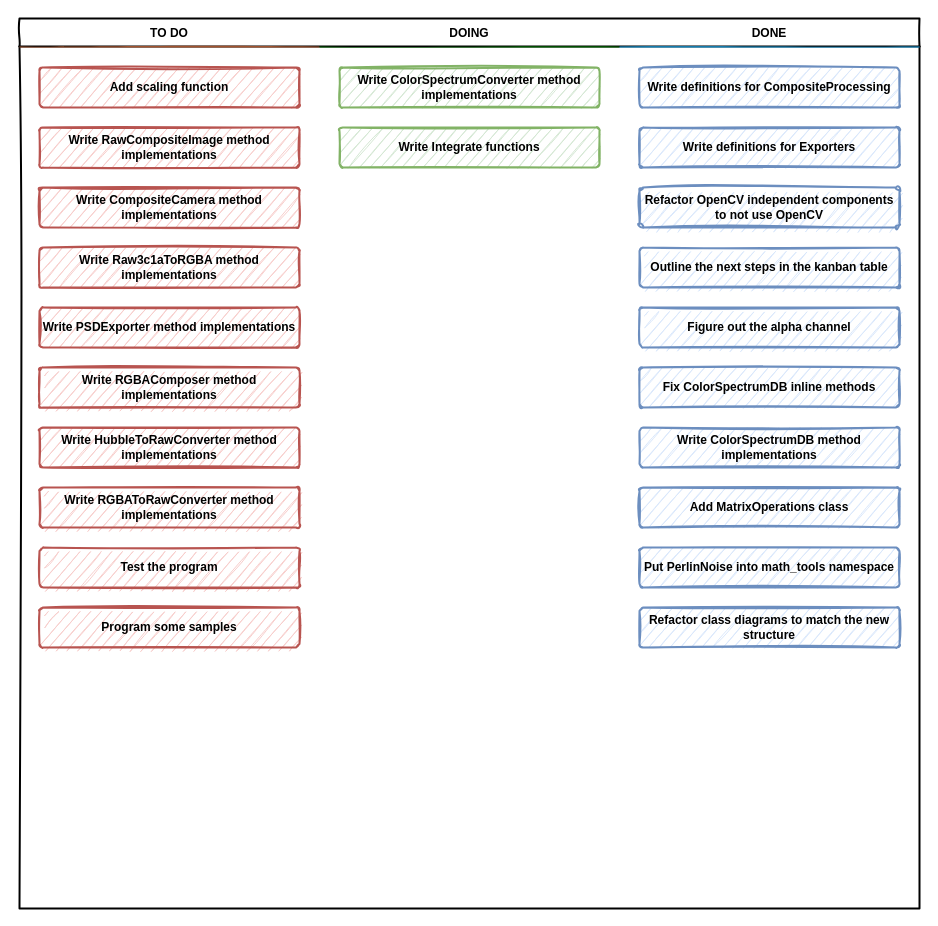
SpatiumOwl/ComplexSky-2.0 keeps this draw.io diagram as Docs/Kanban table.drawio. Above is the earlier version. Source tidied: cells renumbered, new cells numbered last; positions are measured from the earlier drawing's top-left corner, leaving out a move shared by most shapes. Both pictures are drawn from the tidied source at 100%, with x=0, y=0 at pixel (19, 18).
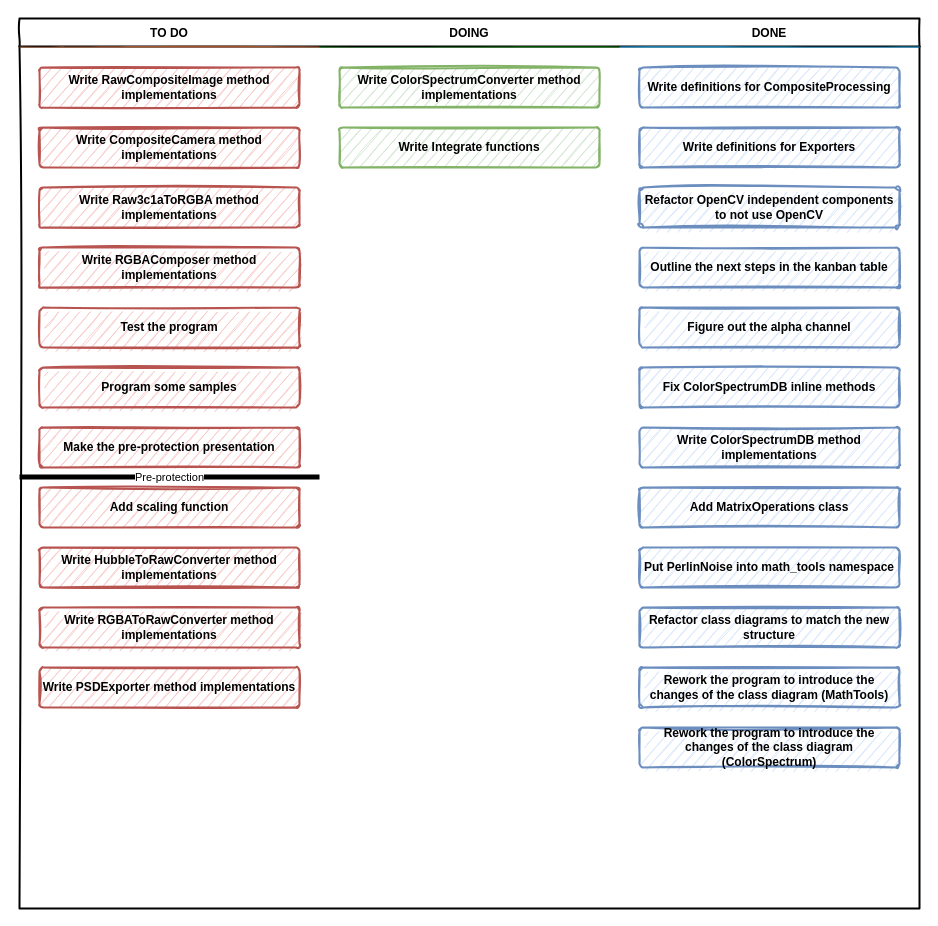
The same diagram, later.

Unchanged cells that the change refers to:
```xml
<mxCell id="3" value="TO DO" style="swimlane;strokeWidth=2;fontFamily=Permanent Marker;html=0;startSize=1;verticalAlign=bottom;spacingBottom=5;stackBorder=20;sketch=1;strokeColor=none;fillStyle=solid;fillColor=#A0522D;" parent="2" vertex="1">
  <mxGeometry y="28" width="300" height="862" as="geometry" />
</mxCell>
<mxCell id="17" value="DONE" style="swimlane;strokeWidth=2;fontFamily=Permanent Marker;html=0;startSize=1;verticalAlign=bottom;spacingBottom=5;stackBorder=20;sketch=1;strokeColor=none;fillStyle=solid;fillColor=#1BA1E2;" parent="2" vertex="1">
  <mxGeometry x="600" y="28" width="300" height="862" as="geometry" />
</mxCell>
```

The edit, as a diff of the source:
```diff
@@
-    <mxCell id="4" value="Add scaling function" style="whiteSpace=wrap;html=1;strokeWidth=2;fillColor=#f8cecc;fontStyle=1;spacingTop=0;rounded=1;arcSize=9;sketch=1;fontFamily=Permanent Marker;hachureGap=8;fillWeight=1;strokeColor=#b85450;" parent="3" vertex="1">
-      <mxGeometry x="20" y="21" width="260" height="40" as="geometry" />
-    </mxCell>
     <mxCell id="5" value="Write RawCompositeImage method implementations" style="whiteSpace=wrap;html=1;strokeWidth=2;fillColor=#f8cecc;fontStyle=1;spacingTop=0;rounded=1;arcSize=9;sketch=1;fontFamily=Permanent Marker;hachureGap=8;fillWeight=1;strokeColor=#b85450;" parent="3" vertex="1">
-      <mxGeometry x="20" y="81" width="260" height="40" as="geometry" />
+      <mxGeometry x="20" y="21" width="260" height="40" as="geometry" />
     </mxCell>
     <mxCell id="6" value="Write CompositeCamera method implementations" style="whiteSpace=wrap;html=1;strokeWidth=2;fillColor=#f8cecc;fontStyle=1;spacingTop=0;rounded=1;arcSize=9;sketch=1;fontFamily=Permanent Marker;hachureGap=8;fillWeight=1;strokeColor=#b85450;" parent="3" vertex="1">
-      <mxGeometry x="20" y="141" width="260" height="40" as="geometry" />
+      <mxGeometry x="20" y="81" width="260" height="40" as="geometry" />
     </mxCell>
     <mxCell id="7" value="Write Raw3c1aToRGBA method implementations" style="whiteSpace=wrap;html=1;strokeWidth=2;fillColor=#f8cecc;fontStyle=1;spacingTop=0;rounded=1;arcSize=9;sketch=1;fontFamily=Permanent Marker;hachureGap=8;fillWeight=1;strokeColor=#b85450;" parent="3" vertex="1">
-      <mxGeometry x="20" y="201" width="260" height="40" as="geometry" />
+      <mxGeometry x="20" y="141" width="260" height="40" as="geometry" />
     </mxCell>
-    <mxCell id="8" value="Write PSDExporter method implementations" style="whiteSpace=wrap;html=1;strokeWidth=2;fillColor=#f8cecc;fontStyle=1;spacingTop=0;rounded=1;arcSize=9;sketch=1;fontFamily=Permanent Marker;hachureGap=8;fillWeight=1;strokeColor=#b85450;" parent="3" vertex="1">
-      <mxGeometry x="20" y="261" width="260" height="40" as="geometry" />
-    </mxCell>
     <mxCell id="9" value="Write RGBAComposer method implementations" style="whiteSpace=wrap;html=1;strokeWidth=2;fillColor=#f8cecc;fontStyle=1;spacingTop=0;rounded=1;arcSize=9;sketch=1;fontFamily=Permanent Marker;hachureGap=8;fillWeight=1;strokeColor=#b85450;" parent="3" vertex="1">
-      <mxGeometry x="20" y="321" width="260" height="40" as="geometry" />
+      <mxGeometry x="20" y="201" width="260" height="40" as="geometry" />
     </mxCell>
+    <mxCell id="12" value="Test the program" style="whiteSpace=wrap;html=1;strokeWidth=2;fillColor=#f8cecc;fontStyle=1;spacingTop=0;rounded=1;arcSize=9;sketch=1;fontFamily=Permanent Marker;hachureGap=8;fillWeight=1;strokeColor=#b85450;" parent="3" vertex="1">
+      <mxGeometry x="20" y="261" width="260" height="40" as="geometry" />
+    </mxCell>
+    <mxCell id="13" value="Program some samples" style="whiteSpace=wrap;html=1;strokeWidth=2;fillColor=#f8cecc;fontStyle=1;spacingTop=0;rounded=1;arcSize=9;sketch=1;fontFamily=Permanent Marker;hachureGap=8;fillWeight=1;strokeColor=#b85450;" parent="3" vertex="1">
+      <mxGeometry x="20" y="321" width="260" height="40" as="geometry" />
+    </mxCell>
+    <mxCell id="28" value="Make the pre-protection presentation" style="whiteSpace=wrap;html=1;strokeWidth=2;fillColor=#f8cecc;fontStyle=1;spacingTop=0;rounded=1;arcSize=9;sketch=1;fontFamily=Permanent Marker;hachureGap=8;fillWeight=1;strokeColor=#b85450;" parent="3" vertex="1">
+      <mxGeometry x="20" y="381" width="260" height="40" as="geometry" />
+    </mxCell>
+    <mxCell id="29" value="Pre-protection" style="endArrow=none;html=1;rounded=0;strokeWidth=5;" parent="3" edge="1">
+      <mxGeometry relative="1" as="geometry">
+        <mxPoint y="430.5" as="sourcePoint" />
+        <mxPoint x="300" y="430.5" as="targetPoint" />
+      </mxGeometry>
+    </mxCell>
+    <mxCell id="4" value="Add scaling function" style="whiteSpace=wrap;html=1;strokeWidth=2;fillColor=#f8cecc;fontStyle=1;spacingTop=0;rounded=1;arcSize=9;sketch=1;fontFamily=Permanent Marker;hachureGap=8;fillWeight=1;strokeColor=#b85450;" parent="3" vertex="1">
+      <mxGeometry x="20" y="441" width="260" height="40" as="geometry" />
+    </mxCell>
     <mxCell id="10" value="Write HubbleToRawConverter method implementations" style="whiteSpace=wrap;html=1;strokeWidth=2;fillColor=#f8cecc;fontStyle=1;spacingTop=0;rounded=1;arcSize=9;sketch=1;fontFamily=Permanent Marker;hachureGap=8;fillWeight=1;strokeColor=#b85450;" parent="3" vertex="1">
-      <mxGeometry x="20" y="381" width="260" height="40" as="geometry" />
+      <mxGeometry x="20" y="501" width="260" height="40" as="geometry" />
     </mxCell>
     <mxCell id="11" value="Write RGBAToRawConverter method implementations" style="whiteSpace=wrap;html=1;strokeWidth=2;fillColor=#f8cecc;fontStyle=1;spacingTop=0;rounded=1;arcSize=9;sketch=1;fontFamily=Permanent Marker;hachureGap=8;fillWeight=1;strokeColor=#b85450;" parent="3" vertex="1">
-      <mxGeometry x="20" y="441" width="260" height="40" as="geometry" />
+      <mxGeometry x="20" y="561" width="260" height="40" as="geometry" />
     </mxCell>
-    <mxCell id="12" value="Test the program" style="whiteSpace=wrap;html=1;strokeWidth=2;fillColor=#f8cecc;fontStyle=1;spacingTop=0;rounded=1;arcSize=9;sketch=1;fontFamily=Permanent Marker;hachureGap=8;fillWeight=1;strokeColor=#b85450;" parent="3" vertex="1">
-      <mxGeometry x="20" y="501" width="260" height="40" as="geometry" />
-    </mxCell>
-    <mxCell id="13" value="Program some samples" style="whiteSpace=wrap;html=1;strokeWidth=2;fillColor=#f8cecc;fontStyle=1;spacingTop=0;rounded=1;arcSize=9;sketch=1;fontFamily=Permanent Marker;hachureGap=8;fillWeight=1;strokeColor=#b85450;" parent="3" vertex="1">
-      <mxGeometry x="20" y="561" width="260" height="40" as="geometry" />
-    </mxCell>
+    <mxCell id="8" value="Write PSDExporter method implementations" style="whiteSpace=wrap;html=1;strokeWidth=2;fillColor=#f8cecc;fontStyle=1;spacingTop=0;rounded=1;arcSize=9;sketch=1;fontFamily=Permanent Marker;hachureGap=8;fillWeight=1;strokeColor=#b85450;" parent="3" vertex="1">
+      <mxGeometry x="20" y="621" width="260" height="40" as="geometry" />
+    </mxCell>
@@
+    <mxCell id="30" value="Rework the program to introduce the changes of the class diagram (MathTools)" style="whiteSpace=wrap;html=1;strokeWidth=2;fillColor=#dae8fc;fontStyle=1;spacingTop=0;rounded=1;arcSize=9;sketch=1;fontFamily=Permanent Marker;hachureGap=8;fillWeight=1;strokeColor=#6c8ebf;" parent="17" vertex="1">
+      <mxGeometry x="20" y="621" width="260" height="40" as="geometry" />
+    </mxCell>
+    <mxCell id="31" value="Rework the program to introduce the changes of the class diagram (ColorSpectrum)" style="whiteSpace=wrap;html=1;strokeWidth=2;fillColor=#dae8fc;fontStyle=1;spacingTop=0;rounded=1;arcSize=9;sketch=1;fontFamily=Permanent Marker;hachureGap=8;fillWeight=1;strokeColor=#6c8ebf;" parent="17" vertex="1">
+      <mxGeometry x="20" y="681" width="260" height="40" as="geometry" />
+    </mxCell>
```
